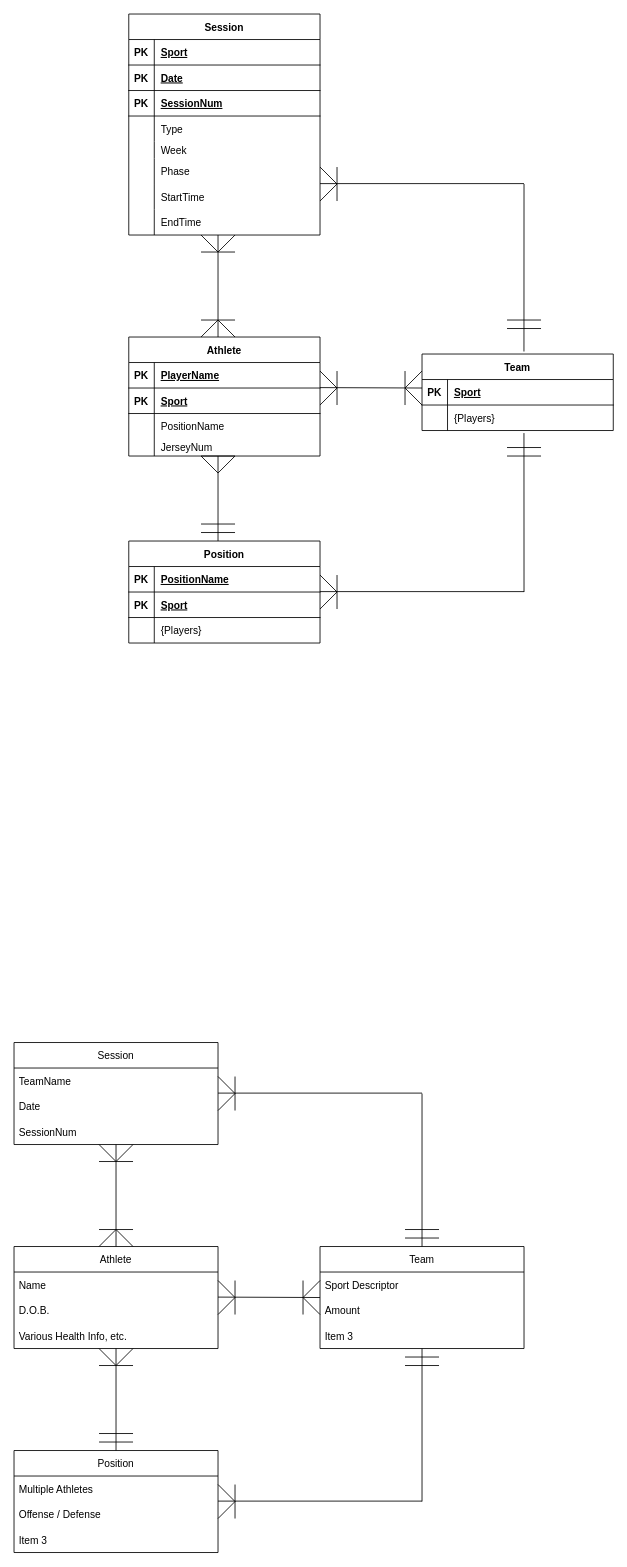
Above: ERDiagram.drawio in DankDoritos/Prototypes (draw.io), before the change. Source tidied: cells renumbered, new cells numbered last; positions are measured from the earlier drawing's top-left corner, leaving out a move shared by most shapes. Both pictures are drawn from the tidied source at 85%, with x=0, y=0 at pixel (14, 14).
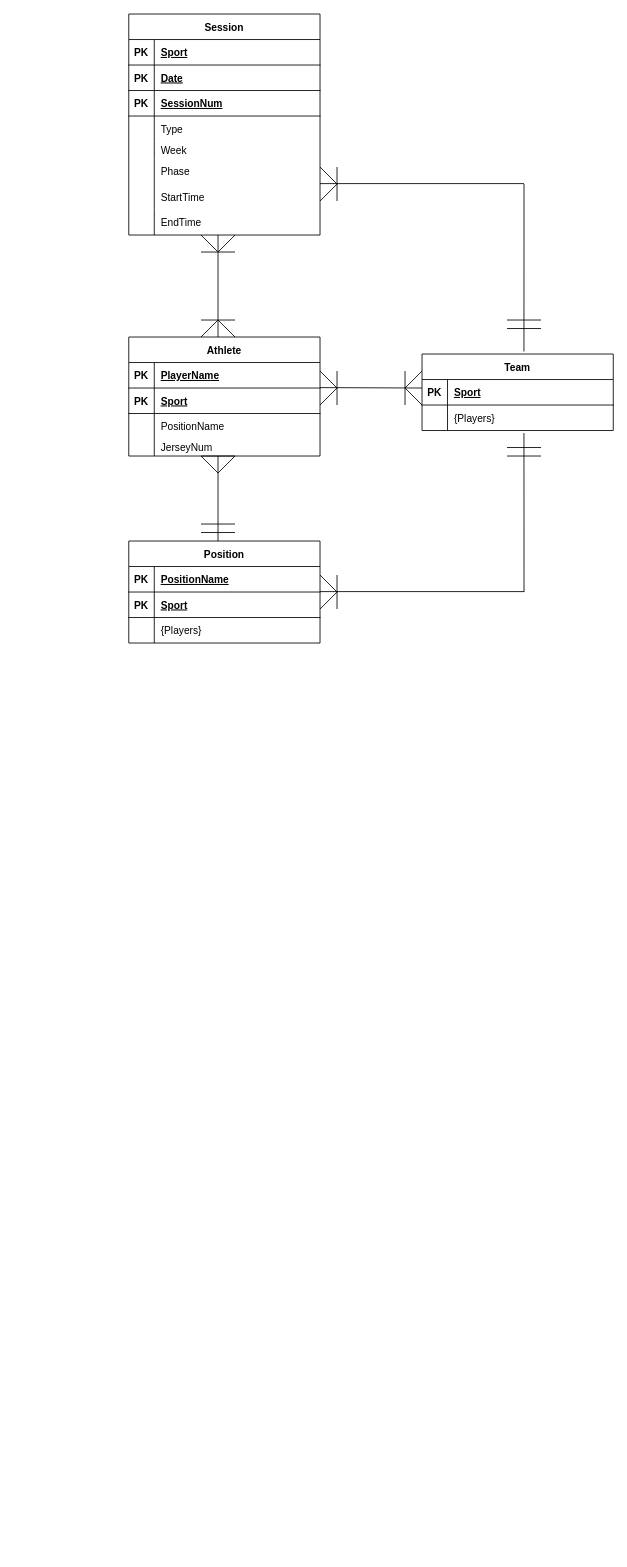
After the change.

What changed in the source:
```diff
@@
-    <mxCell id="61" value="Session" style="swimlane;fontStyle=0;horizontal=1;startSize=30;" parent="1" vertex="1">
-      <mxGeometry y="1210" width="240" height="120" as="geometry" />
-    </mxCell>
-    <mxCell id="62" value="TeamName" style="text;strokeColor=none;fillColor=none;align=left;verticalAlign=middle;spacingLeft=4;spacingRight=4;overflow=hidden;" parent="61" vertex="1">
-      <mxGeometry y="30" width="240" height="30" as="geometry" />
-    </mxCell>
-    <mxCell id="63" value="Date" style="text;strokeColor=none;fillColor=none;align=left;verticalAlign=middle;spacingLeft=4;spacingRight=4;overflow=hidden;" parent="61" vertex="1">
-      <mxGeometry y="60" width="240" height="30" as="geometry" />
-    </mxCell>
-    <mxCell id="64" value="SessionNum" style="text;strokeColor=none;fillColor=none;align=left;verticalAlign=middle;spacingLeft=4;spacingRight=4;overflow=hidden;" parent="61" vertex="1">
-      <mxGeometry y="90" width="240" height="30" as="geometry" />
-    </mxCell>
-    <mxCell id="65" value="Athlete" style="swimlane;fontStyle=0;horizontal=1;startSize=30;" parent="1" vertex="1">
-      <mxGeometry y="1450" width="240" height="120" as="geometry" />
-    </mxCell>
-    <mxCell id="66" value="Name" style="text;strokeColor=none;fillColor=none;align=left;verticalAlign=middle;spacingLeft=4;spacingRight=4;overflow=hidden;" parent="65" vertex="1">
-      <mxGeometry y="30" width="240" height="30" as="geometry" />
-    </mxCell>
-    <mxCell id="67" value="D.O.B." style="text;strokeColor=none;fillColor=none;align=left;verticalAlign=middle;spacingLeft=4;spacingRight=4;overflow=hidden;" parent="65" vertex="1">
-      <mxGeometry y="60" width="240" height="30" as="geometry" />
-    </mxCell>
-    <mxCell id="68" value="Various Health Info, etc." style="text;strokeColor=none;fillColor=none;align=left;verticalAlign=middle;spacingLeft=4;spacingRight=4;overflow=hidden;" parent="65" vertex="1">
-      <mxGeometry y="90" width="240" height="30" as="geometry" />
-    </mxCell>
-    <mxCell id="69" value="Position" style="swimlane;fontStyle=0;horizontal=1;startSize=30;" parent="1" vertex="1">
-      <mxGeometry y="1690" width="240" height="120" as="geometry" />
-    </mxCell>
-    <mxCell id="70" value="Multiple Athletes" style="text;strokeColor=none;fillColor=none;align=left;verticalAlign=middle;spacingLeft=4;spacingRight=4;overflow=hidden;" parent="69" vertex="1">
-      <mxGeometry y="30" width="240" height="30" as="geometry" />
-    </mxCell>
-    <mxCell id="71" value="Offense / Defense" style="text;strokeColor=none;fillColor=none;align=left;verticalAlign=middle;spacingLeft=4;spacingRight=4;overflow=hidden;" parent="69" vertex="1">
-      <mxGeometry y="60" width="240" height="30" as="geometry" />
-    </mxCell>
-    <mxCell id="72" value="Item 3" style="text;strokeColor=none;fillColor=none;align=left;verticalAlign=middle;spacingLeft=4;spacingRight=4;overflow=hidden;" parent="69" vertex="1">
-      <mxGeometry y="90" width="240" height="30" as="geometry" />
-    </mxCell>
-    <mxCell id="73" value="Team" style="swimlane;fontStyle=0;horizontal=1;startSize=30;" parent="1" vertex="1">
-      <mxGeometry x="360" y="1450" width="240" height="120" as="geometry" />
-    </mxCell>
-    <mxCell id="74" value="Sport Descriptor" style="text;strokeColor=none;fillColor=none;align=left;verticalAlign=middle;spacingLeft=4;spacingRight=4;overflow=hidden;" parent="73" vertex="1">
-      <mxGeometry y="30" width="240" height="30" as="geometry" />
-    </mxCell>
-    <mxCell id="75" value="Amount" style="text;strokeColor=none;fillColor=none;align=left;verticalAlign=middle;spacingLeft=4;spacingRight=4;overflow=hidden;" parent="73" vertex="1">
-      <mxGeometry y="60" width="240" height="30" as="geometry" />
-    </mxCell>
-    <mxCell id="76" value="Item 3" style="text;strokeColor=none;fillColor=none;align=left;verticalAlign=middle;spacingLeft=4;spacingRight=4;overflow=hidden;" parent="73" vertex="1">
-      <mxGeometry y="90" width="240" height="30" as="geometry" />
-    </mxCell>
-    <mxCell id="77" style="endArrow=none;html=1;rounded=0;exitX=0.5;exitY=0;exitDx=0;exitDy=0;" parent="1" edge="1" source="69">
-      <mxGeometry relative="1" as="geometry">
-        <mxPoint x="120" y="1570" as="targetPoint" />
-      </mxGeometry>
-    </mxCell>
-    <mxCell id="78" style="endArrow=none;html=1;rounded=0;exitX=0.5;exitY=0;exitDx=0;exitDy=0;" parent="1" edge="1" source="65">
-      <mxGeometry relative="1" as="geometry">
-        <mxPoint x="120" y="1330" as="targetPoint" />
-      </mxGeometry>
-    </mxCell>
-    <mxCell id="79" style="endArrow=none;html=1;rounded=0;" parent="1" edge="1">
-      <mxGeometry relative="1" as="geometry">
-        <mxPoint x="120" y="1350" as="sourcePoint" />
-        <mxPoint x="100" y="1330" as="targetPoint" />
-      </mxGeometry>
-    </mxCell>
-    <mxCell id="80" style="endArrow=none;html=1;rounded=0;" parent="1" edge="1">
-      <mxGeometry relative="1" as="geometry">
-        <mxPoint x="120" y="1350" as="sourcePoint" />
-        <mxPoint x="140" y="1330" as="targetPoint" />
-      </mxGeometry>
-    </mxCell>
-    <mxCell id="81" style="endArrow=none;html=1;rounded=0;" parent="1" edge="1">
-      <mxGeometry relative="1" as="geometry">
-        <mxPoint x="100" y="1350" as="sourcePoint" />
-        <mxPoint x="140" y="1350" as="targetPoint" />
-      </mxGeometry>
-    </mxCell>
-    <mxCell id="82" style="endArrow=none;html=1;rounded=0;" parent="1" edge="1">
-      <mxGeometry relative="1" as="geometry">
-        <mxPoint x="140" y="1450" as="sourcePoint" />
-        <mxPoint x="120" y="1430" as="targetPoint" />
-      </mxGeometry>
-    </mxCell>
-    <mxCell id="83" style="endArrow=none;html=1;rounded=0;" parent="1" edge="1">
-      <mxGeometry relative="1" as="geometry">
-        <mxPoint x="100" y="1450" as="sourcePoint" />
-        <mxPoint x="120" y="1430" as="targetPoint" />
-      </mxGeometry>
-    </mxCell>
-    <mxCell id="84" style="endArrow=none;html=1;rounded=0;" parent="1" edge="1">
-      <mxGeometry relative="1" as="geometry">
-        <mxPoint x="100" y="1430" as="sourcePoint" />
-        <mxPoint x="140" y="1430" as="targetPoint" />
-      </mxGeometry>
-    </mxCell>
-    <mxCell id="85" style="endArrow=none;html=1;rounded=0;" parent="1" edge="1">
-      <mxGeometry relative="1" as="geometry">
-        <mxPoint x="120" y="1590" as="sourcePoint" />
-        <mxPoint x="100" y="1570" as="targetPoint" />
-      </mxGeometry>
-    </mxCell>
-    <mxCell id="86" style="endArrow=none;html=1;rounded=0;" parent="1" edge="1">
-      <mxGeometry relative="1" as="geometry">
-        <mxPoint x="120" y="1590" as="sourcePoint" />
-        <mxPoint x="140" y="1570" as="targetPoint" />
-      </mxGeometry>
-    </mxCell>
-    <mxCell id="87" style="endArrow=none;html=1;rounded=0;" parent="1" edge="1">
-      <mxGeometry relative="1" as="geometry">
-        <mxPoint x="100" y="1590" as="sourcePoint" />
-        <mxPoint x="140" y="1590" as="targetPoint" />
-      </mxGeometry>
-    </mxCell>
-    <mxCell id="88" style="endArrow=none;html=1;rounded=0;" parent="1" edge="1">
-      <mxGeometry relative="1" as="geometry">
-        <mxPoint x="100" y="1680" as="sourcePoint" />
-        <mxPoint x="140" y="1680" as="targetPoint" />
-      </mxGeometry>
-    </mxCell>
-    <mxCell id="89" style="endArrow=none;html=1;rounded=0;" parent="1" edge="1">
-      <mxGeometry relative="1" as="geometry">
-        <mxPoint x="100" y="1670" as="sourcePoint" />
-        <mxPoint x="140" y="1670" as="targetPoint" />
-      </mxGeometry>
-    </mxCell>
-    <mxCell id="90" style="endArrow=none;html=1;rounded=0;" parent="1" edge="1">
-      <mxGeometry relative="1" as="geometry">
-        <mxPoint x="240" y="1269.5" as="sourcePoint" />
-        <mxPoint x="480" y="1269.5" as="targetPoint" />
-      </mxGeometry>
-    </mxCell>
-    <mxCell id="91" style="endArrow=none;html=1;rounded=0;exitX=0.5;exitY=0;exitDx=0;exitDy=0;" parent="1" edge="1" source="73">
-      <mxGeometry relative="1" as="geometry">
-        <mxPoint x="480" y="1270" as="targetPoint" />
-      </mxGeometry>
-    </mxCell>
-    <mxCell id="92" style="endArrow=none;html=1;rounded=0;" parent="1" edge="1">
-      <mxGeometry relative="1" as="geometry">
-        <mxPoint x="240" y="1749.5" as="sourcePoint" />
-        <mxPoint x="480" y="1749.5" as="targetPoint" />
-      </mxGeometry>
-    </mxCell>
-    <mxCell id="93" style="endArrow=none;html=1;rounded=0;exitX=0.5;exitY=0;exitDx=0;exitDy=0;" parent="1" edge="1">
-      <mxGeometry relative="1" as="geometry">
-        <mxPoint x="480" y="1750" as="sourcePoint" />
-        <mxPoint x="480" y="1570" as="targetPoint" />
-      </mxGeometry>
-    </mxCell>
-    <mxCell id="94" style="endArrow=none;html=1;rounded=0;" parent="1" edge="1">
-      <mxGeometry relative="1" as="geometry">
-        <mxPoint x="240" y="1290" as="sourcePoint" />
-        <mxPoint x="260" y="1270" as="targetPoint" />
-      </mxGeometry>
-    </mxCell>
-    <mxCell id="95" style="endArrow=none;html=1;rounded=0;" parent="1" edge="1">
-      <mxGeometry relative="1" as="geometry">
-        <mxPoint x="240" y="1770" as="sourcePoint" />
-        <mxPoint x="260" y="1750" as="targetPoint" />
-      </mxGeometry>
-    </mxCell>
-    <mxCell id="96" style="endArrow=none;html=1;rounded=0;" parent="1" edge="1">
-      <mxGeometry relative="1" as="geometry">
-        <mxPoint x="260" y="1270" as="sourcePoint" />
-        <mxPoint x="240" y="1250" as="targetPoint" />
-      </mxGeometry>
-    </mxCell>
-    <mxCell id="97" style="endArrow=none;html=1;rounded=0;" parent="1" edge="1">
-      <mxGeometry relative="1" as="geometry">
-        <mxPoint x="260" y="1750" as="sourcePoint" />
-        <mxPoint x="240" y="1730" as="targetPoint" />
-      </mxGeometry>
-    </mxCell>
-    <mxCell id="98" style="endArrow=none;html=1;rounded=0;" parent="1" edge="1">
-      <mxGeometry relative="1" as="geometry">
-        <mxPoint x="260" y="1250" as="sourcePoint" />
-        <mxPoint x="260" y="1290" as="targetPoint" />
-      </mxGeometry>
-    </mxCell>
-    <mxCell id="99" style="endArrow=none;html=1;rounded=0;" parent="1" edge="1">
-      <mxGeometry relative="1" as="geometry">
-        <mxPoint x="260" y="1730" as="sourcePoint" />
-        <mxPoint x="260" y="1770" as="targetPoint" />
-      </mxGeometry>
-    </mxCell>
-    <mxCell id="100" style="endArrow=none;html=1;rounded=0;" parent="1" edge="1">
-      <mxGeometry relative="1" as="geometry">
-        <mxPoint x="460" y="1580" as="sourcePoint" />
-        <mxPoint x="500" y="1580" as="targetPoint" />
-      </mxGeometry>
-    </mxCell>
-    <mxCell id="101" style="endArrow=none;html=1;rounded=0;" parent="1" edge="1">
-      <mxGeometry relative="1" as="geometry">
-        <mxPoint x="460" y="1590" as="sourcePoint" />
-        <mxPoint x="500" y="1590" as="targetPoint" />
-      </mxGeometry>
-    </mxCell>
-    <mxCell id="102" style="endArrow=none;html=1;rounded=0;" parent="1" edge="1">
-      <mxGeometry relative="1" as="geometry">
-        <mxPoint x="460" y="1440" as="sourcePoint" />
-        <mxPoint x="500" y="1440" as="targetPoint" />
-      </mxGeometry>
-    </mxCell>
-    <mxCell id="103" style="endArrow=none;html=1;rounded=0;" parent="1" edge="1">
-      <mxGeometry relative="1" as="geometry">
-        <mxPoint x="460" y="1430" as="sourcePoint" />
-        <mxPoint x="500" y="1430" as="targetPoint" />
-      </mxGeometry>
-    </mxCell>
-    <mxCell id="104" style="endArrow=none;html=1;rounded=0;" parent="1" edge="1">
-      <mxGeometry relative="1" as="geometry">
-        <mxPoint x="240" y="1509.5" as="sourcePoint" />
-        <mxPoint x="360" y="1510" as="targetPoint" />
-      </mxGeometry>
-    </mxCell>
-    <mxCell id="105" style="endArrow=none;html=1;rounded=0;" parent="1" edge="1">
-      <mxGeometry relative="1" as="geometry">
-        <mxPoint x="260" y="1510" as="sourcePoint" />
-        <mxPoint x="240" y="1490" as="targetPoint" />
-      </mxGeometry>
-    </mxCell>
-    <mxCell id="106" style="endArrow=none;html=1;rounded=0;" parent="1" edge="1">
-      <mxGeometry relative="1" as="geometry">
-        <mxPoint x="240" y="1530" as="sourcePoint" />
-        <mxPoint x="260" y="1510" as="targetPoint" />
-      </mxGeometry>
-    </mxCell>
-    <mxCell id="107" style="endArrow=none;html=1;rounded=0;" parent="1" edge="1">
-      <mxGeometry relative="1" as="geometry">
-        <mxPoint x="260" y="1490" as="sourcePoint" />
-        <mxPoint x="260" y="1530" as="targetPoint" />
-      </mxGeometry>
-    </mxCell>
-    <mxCell id="108" style="endArrow=none;html=1;rounded=0;" parent="1" edge="1">
-      <mxGeometry relative="1" as="geometry">
-        <mxPoint x="340" y="1490" as="sourcePoint" />
-        <mxPoint x="340" y="1530" as="targetPoint" />
-      </mxGeometry>
-    </mxCell>
-    <mxCell id="109" style="endArrow=none;html=1;rounded=0;" parent="1" edge="1">
-      <mxGeometry relative="1" as="geometry">
-        <mxPoint x="340" y="1510" as="sourcePoint" />
-        <mxPoint x="360" y="1490" as="targetPoint" />
-      </mxGeometry>
-    </mxCell>
-    <mxCell id="110" style="endArrow=none;html=1;rounded=0;" parent="1" edge="1">
-      <mxGeometry relative="1" as="geometry">
-        <mxPoint x="360" y="1530" as="sourcePoint" />
-        <mxPoint x="340" y="1510" as="targetPoint" />
-      </mxGeometry>
-    </mxCell>
```
